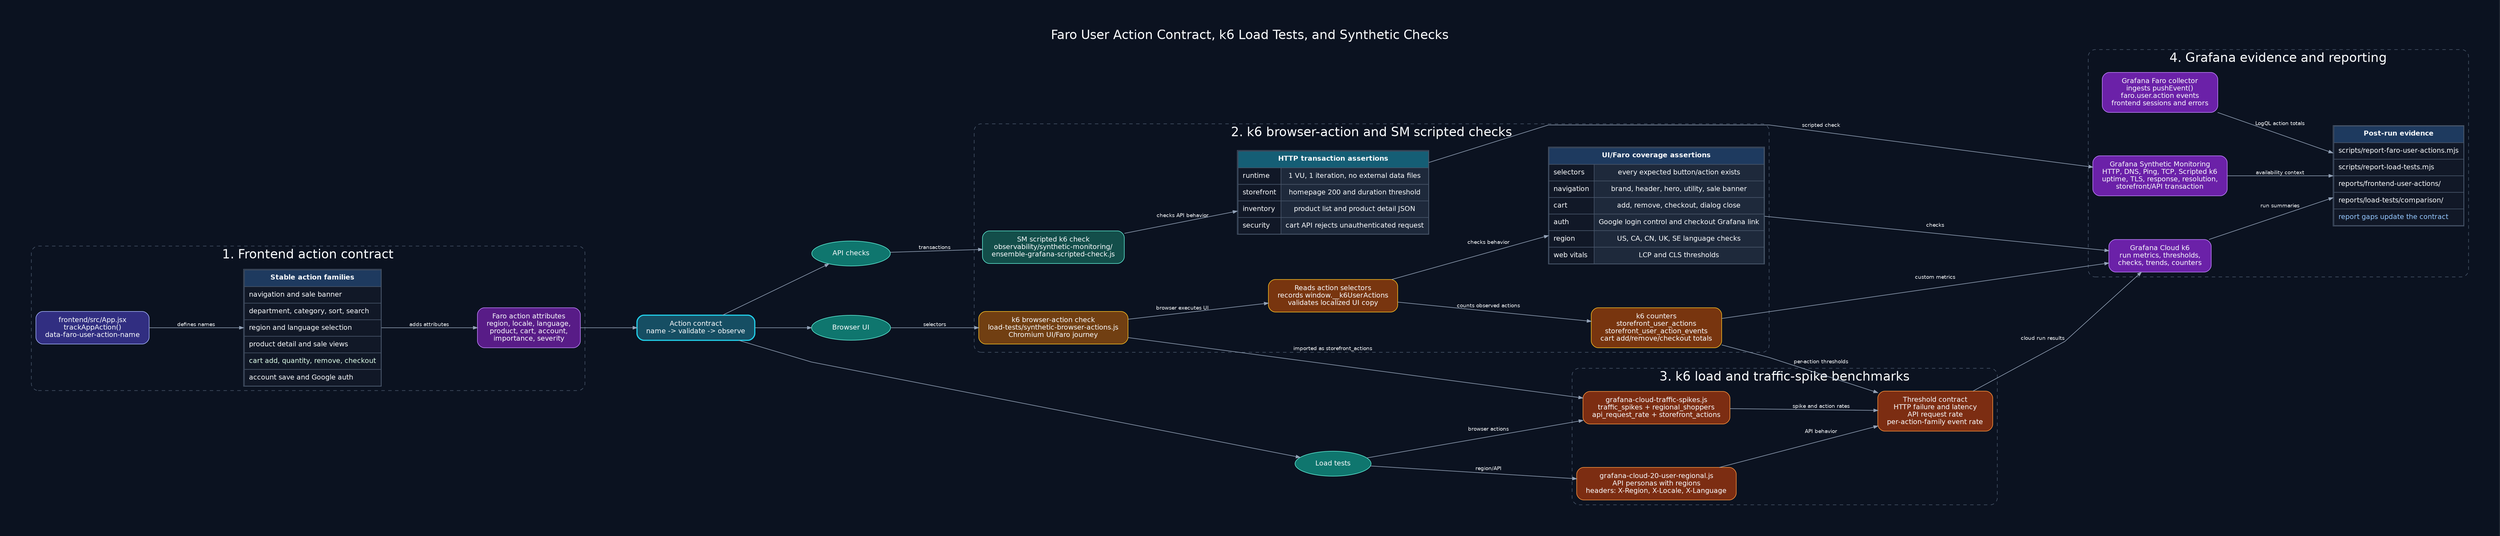
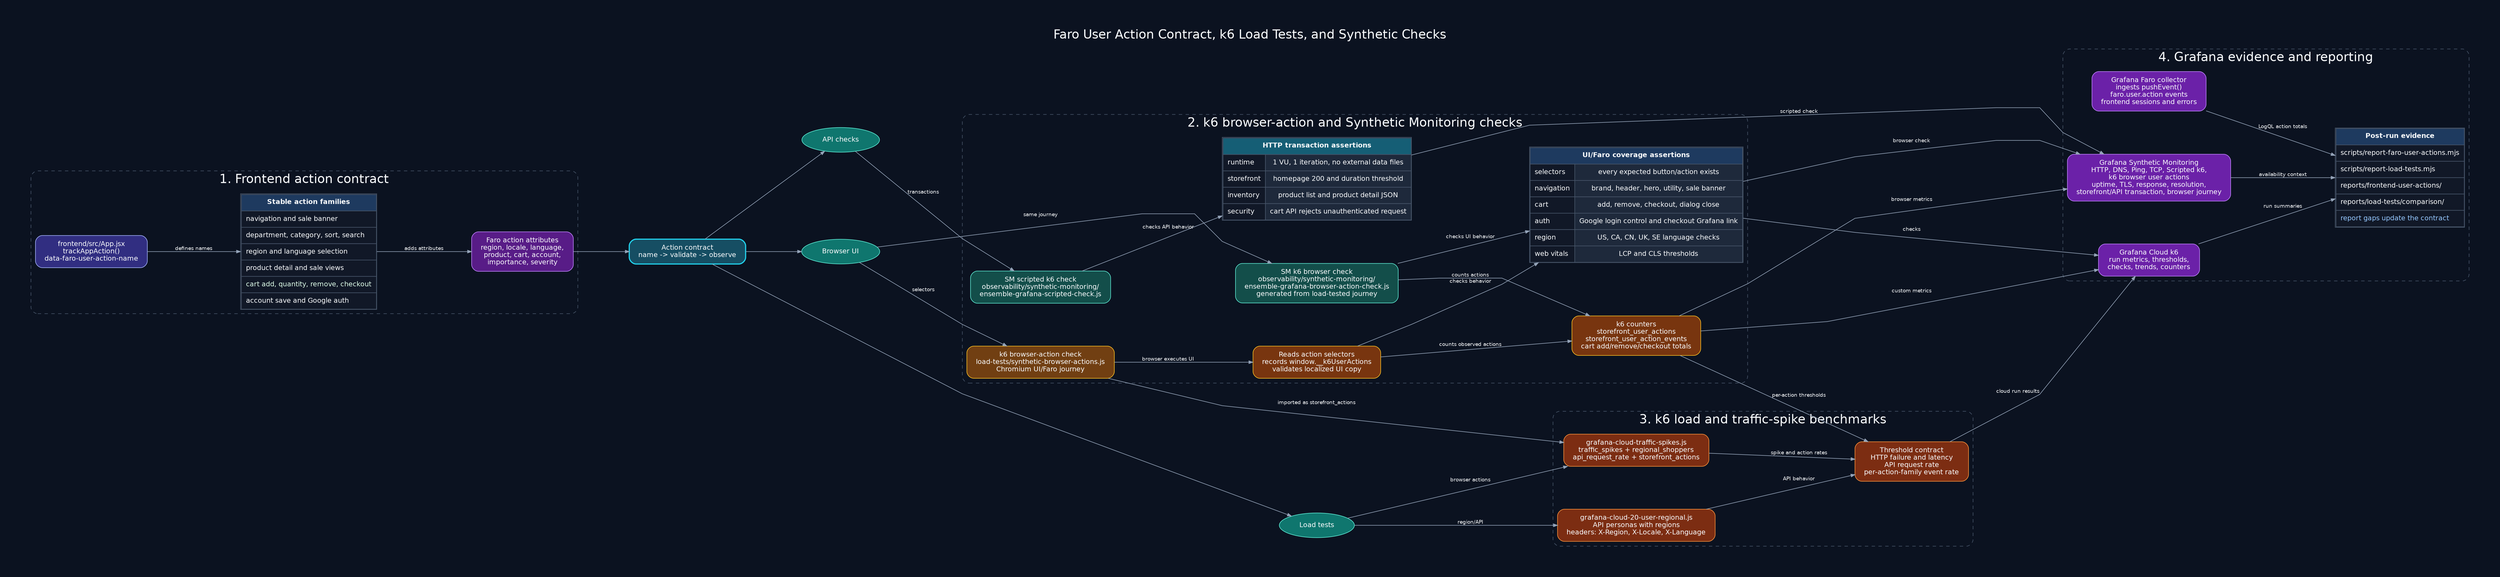
digraph faro_k6_contract_relationships {
  graph [
    rankdir=LR,
    bgcolor="#0b1220",
    fontcolor="#f8fafc",
    fontname="Helvetica",
    fontsize=22,
    labelloc=t,
    label="Faro User Action Contract, k6 Load Tests, and Synthetic Checks",
    pad=0.65,
    nodesep=1.05,
    ranksep=1.35,
    splines=polyline
  ];

  node [
    shape=box,
    style="rounded,filled",
    fontname="Helvetica",
    fontsize=12,
    color="#64748b",
    fillcolor="#111827",
    fontcolor="#f8fafc",
    margin="0.22,0.13"
  ];

  edge [
    color="#94a3b8",
    fontcolor="#f8fafc",
    fontname="Helvetica",
    fontsize=9,
    arrowsize=0.7
  ];

  subgraph cluster_contract {
    label="1. Frontend action contract";
    color="#475569";
    fontcolor="#f8fafc";
    style="rounded,dashed";

    app_js [
      label="frontend/src/App.jsx\ntrackAppAction()\ndata-faro-user-action-name",
      fillcolor="#312e81",
      color="#a5b4fc"
    ];

    action_taxonomy [
      shape=plain,
      label=<
        <TABLE BORDER="1" CELLBORDER="1" CELLSPACING="0" CELLPADDING="7" COLOR="#475569">
          <TR><TD BGCOLOR="#1e3a5f"><FONT COLOR="#f8fafc"><B>Stable action families</B></FONT></TD></TR>
          <TR><TD BGCOLOR="#111827" ALIGN="LEFT"><FONT COLOR="#f8fafc">navigation and sale banner</FONT></TD></TR>
          <TR><TD BGCOLOR="#111827" ALIGN="LEFT"><FONT COLOR="#f8fafc">department, category, sort, search</FONT></TD></TR>
          <TR><TD BGCOLOR="#111827" ALIGN="LEFT"><FONT COLOR="#f8fafc">region and language selection</FONT></TD></TR>
          <TR><TD BGCOLOR="#111827" ALIGN="LEFT"><FONT COLOR="#f8fafc">product detail and sale views</FONT></TD></TR>
          <TR><TD BGCOLOR="#111827" ALIGN="LEFT"><FONT COLOR="#dcfce7">cart add, quantity, remove, checkout</FONT></TD></TR>
          <TR><TD BGCOLOR="#111827" ALIGN="LEFT"><FONT COLOR="#f8fafc">account save and Google auth</FONT></TD></TR>
        </TABLE>
      >
    ];

    faro_attrs [
      label="Faro action attributes\nregion, locale, language,\nproduct, cart, account,\nimportance, severity",
      fillcolor="#581c87",
      color="#c084fc"
    ];
  }

  subgraph cluster_browser_check {
-     label="2. k6 browser-action and SM scripted checks";
+     label="2. k6 browser-action and Synthetic Monitoring checks";
    color="#475569";
    fontcolor="#f8fafc";
    style="rounded,dashed";

    synthetic_script [
      label="k6 browser-action check\nload-tests/synthetic-browser-actions.js\nChromium UI/Faro journey",
      fillcolor="#713f12",
      color="#fbbf24"
    ];

    dom_probe [
      label="Reads action selectors\nrecords window.__k6UserActions\nvalidates localized UI copy",
      fillcolor="#78350f",
      color="#fbbf24"
    ];

    synthetic_assertions [
      shape=plain,
      label=<
        <TABLE BORDER="1" CELLBORDER="1" CELLSPACING="0" CELLPADDING="7" COLOR="#475569">
          <TR><TD BGCOLOR="#1e3a5f" COLSPAN="2"><FONT COLOR="#f8fafc"><B>UI/Faro coverage assertions</B></FONT></TD></TR>
          <TR><TD BGCOLOR="#111827" ALIGN="LEFT"><FONT COLOR="#f8fafc">selectors</FONT></TD><TD BGCOLOR="#1e293b"><FONT COLOR="#f8fafc">every expected button/action exists</FONT></TD></TR>
          <TR><TD BGCOLOR="#111827" ALIGN="LEFT"><FONT COLOR="#f8fafc">navigation</FONT></TD><TD BGCOLOR="#1e293b"><FONT COLOR="#f8fafc">brand, header, hero, utility, sale banner</FONT></TD></TR>
          <TR><TD BGCOLOR="#111827" ALIGN="LEFT"><FONT COLOR="#f8fafc">cart</FONT></TD><TD BGCOLOR="#1e293b"><FONT COLOR="#f8fafc">add, remove, checkout, dialog close</FONT></TD></TR>
          <TR><TD BGCOLOR="#111827" ALIGN="LEFT"><FONT COLOR="#f8fafc">auth</FONT></TD><TD BGCOLOR="#1e293b"><FONT COLOR="#f8fafc">Google login control and checkout Grafana link</FONT></TD></TR>
          <TR><TD BGCOLOR="#111827" ALIGN="LEFT"><FONT COLOR="#f8fafc">region</FONT></TD><TD BGCOLOR="#1e293b"><FONT COLOR="#f8fafc">US, CA, CN, UK, SE language checks</FONT></TD></TR>
          <TR><TD BGCOLOR="#111827" ALIGN="LEFT"><FONT COLOR="#f8fafc">web vitals</FONT></TD><TD BGCOLOR="#1e293b"><FONT COLOR="#f8fafc">LCP and CLS thresholds</FONT></TD></TR>
        </TABLE>
      >
    ];

    synthetic_counters [
      label="k6 counters\nstorefront_user_actions\nstorefront_user_action_events\ncart add/remove/checkout totals",
      fillcolor="#78350f",
      color="#fbbf24"
    ];

    sm_scripted [
      label="SM scripted k6 check\nobservability/synthetic-monitoring/\nensemble-grafana-scripted-check.js",
      fillcolor="#134e4a",
      color="#5eead4"
    ];

+     sm_browser [
+       label="SM k6 browser check\nobservability/synthetic-monitoring/\nensemble-grafana-browser-action-check.js\ngenerated from load-tested journey",
+       fillcolor="#134e4a",
+       color="#5eead4"
+     ];
+ 
    sm_assertions [
      shape=plain,
      label=<
        <TABLE BORDER="1" CELLBORDER="1" CELLSPACING="0" CELLPADDING="7" COLOR="#475569">
          <TR><TD BGCOLOR="#155e75" COLSPAN="2"><FONT COLOR="#f8fafc"><B>HTTP transaction assertions</B></FONT></TD></TR>
          <TR><TD BGCOLOR="#111827" ALIGN="LEFT"><FONT COLOR="#f8fafc">runtime</FONT></TD><TD BGCOLOR="#1e293b"><FONT COLOR="#f8fafc">1 VU, 1 iteration, no external data files</FONT></TD></TR>
          <TR><TD BGCOLOR="#111827" ALIGN="LEFT"><FONT COLOR="#f8fafc">storefront</FONT></TD><TD BGCOLOR="#1e293b"><FONT COLOR="#f8fafc">homepage 200 and duration threshold</FONT></TD></TR>
          <TR><TD BGCOLOR="#111827" ALIGN="LEFT"><FONT COLOR="#f8fafc">inventory</FONT></TD><TD BGCOLOR="#1e293b"><FONT COLOR="#f8fafc">product list and product detail JSON</FONT></TD></TR>
          <TR><TD BGCOLOR="#111827" ALIGN="LEFT"><FONT COLOR="#f8fafc">security</FONT></TD><TD BGCOLOR="#1e293b"><FONT COLOR="#f8fafc">cart API rejects unauthenticated request</FONT></TD></TR>
        </TABLE>
      >
    ];
  }

  subgraph cluster_load_test {
    label="3. k6 load and traffic-spike benchmarks";
    color="#475569";
    fontcolor="#f8fafc";
    style="rounded,dashed";

    regional_load [
      label="grafana-cloud-20-user-regional.js\nAPI personas with regions\nheaders: X-Region, X-Locale, X-Language",
      fillcolor="#7c2d12",
      color="#fb923c"
    ];

    spike_load [
      label="grafana-cloud-traffic-spikes.js\ntraffic_spikes + regional_shoppers\napi_request_rate + storefront_actions",
      fillcolor="#7c2d12",
      color="#fb923c"
    ];

    load_thresholds [
      label="Threshold contract\nHTTP failure and latency\nAPI request rate\nper-action-family event rate",
      fillcolor="#7c2d12",
      color="#fb923c"
    ];
  }

  subgraph cluster_grafana_evidence {
    label="4. Grafana evidence and reporting";
    color="#475569";
    fontcolor="#f8fafc";
    style="rounded,dashed";

    faro_cloud [
      label="Grafana Faro collector\ningests pushEvent()\nfaro.user.action events\nfrontend sessions and errors",
      fillcolor="#6b21a8",
      color="#c084fc"
    ];

    k6_cloud [
      label="Grafana Cloud k6\nrun metrics, thresholds,\nchecks, trends, counters",
      fillcolor="#6b21a8",
      color="#c084fc"
    ];

    synthetic_monitoring [
-       label="Grafana Synthetic Monitoring\nHTTP, DNS, Ping, TCP, Scripted k6\nuptime, TLS, response, resolution,\nstorefront/API transaction",
+       label="Grafana Synthetic Monitoring\nHTTP, DNS, Ping, TCP, Scripted k6,\nk6 browser user actions\nuptime, TLS, response, resolution,\nstorefront/API transaction, browser journey",
      fillcolor="#6b21a8",
      color="#c084fc"
    ];

    reports [
      shape=plain,
      label=<
        <TABLE BORDER="1" CELLBORDER="1" CELLSPACING="0" CELLPADDING="7" COLOR="#475569">
          <TR><TD BGCOLOR="#1e3a5f"><FONT COLOR="#f8fafc"><B>Post-run evidence</B></FONT></TD></TR>
          <TR><TD BGCOLOR="#111827" ALIGN="LEFT"><FONT COLOR="#f8fafc">scripts/report-faro-user-actions.mjs</FONT></TD></TR>
          <TR><TD BGCOLOR="#111827" ALIGN="LEFT"><FONT COLOR="#f8fafc">scripts/report-load-tests.mjs</FONT></TD></TR>
          <TR><TD BGCOLOR="#111827" ALIGN="LEFT"><FONT COLOR="#f8fafc">reports/frontend-user-actions/</FONT></TD></TR>
          <TR><TD BGCOLOR="#111827" ALIGN="LEFT"><FONT COLOR="#f8fafc">reports/load-tests/comparison/</FONT></TD></TR>
          <TR><TD BGCOLOR="#111827" ALIGN="LEFT"><FONT COLOR="#93c5fd">report gaps update the contract</FONT></TD></TR>
        </TABLE>
      >
    ];
  }

  contract_rule [
    label="Action contract\nname -> validate -> observe",
    fillcolor="#164e63",
    color="#22d3ee",
    penwidth=2
  ];

  browser_contract [
    label="Browser UI",
    shape=ellipse,
    fillcolor="#0f766e",
    color="#5eead4"
  ];

  api_contract [
    label="API checks",
    shape=ellipse,
    fillcolor="#0f766e",
    color="#5eead4"
  ];

  load_contract [
    label="Load tests",
    shape=ellipse,
    fillcolor="#0f766e",
    color="#5eead4"
  ];

  app_js -> action_taxonomy [label="defines names"];
  action_taxonomy -> faro_attrs [label="adds attributes"];
  faro_attrs -> contract_rule [label=""];

  contract_rule -> browser_contract [label=""];
  contract_rule -> api_contract [label=""];
  contract_rule -> load_contract [label=""];

  browser_contract -> synthetic_script [label="selectors"];
  synthetic_script -> dom_probe [label="browser executes UI"];
  dom_probe -> synthetic_assertions [label="checks behavior"];
  dom_probe -> synthetic_counters [label="counts observed actions"];
  api_contract -> sm_scripted [label="transactions"];
  sm_scripted -> sm_assertions [label="checks API behavior"];
+   browser_contract -> sm_browser [label="same journey"];
+   sm_browser -> synthetic_assertions [label="checks UI behavior"];
+   sm_browser -> synthetic_counters [label="counts actions"];

  load_contract -> regional_load [label="region/API"];
  load_contract -> spike_load [label="browser actions"];
  synthetic_script -> spike_load [label="imported as storefront_actions"];
  regional_load -> load_thresholds [label="API behavior"];
  spike_load -> load_thresholds [label="spike and action rates"];
  synthetic_counters -> load_thresholds [label="per-action thresholds"];

  synthetic_assertions -> k6_cloud [label="checks"];
  synthetic_counters -> k6_cloud [label="custom metrics"];
  sm_assertions -> synthetic_monitoring [label="scripted check"];
+   synthetic_assertions -> synthetic_monitoring [label="browser check"];
+   synthetic_counters -> synthetic_monitoring [label="browser metrics"];
  load_thresholds -> k6_cloud [label="cloud run results"];
  synthetic_monitoring -> reports [label="availability context"];
  faro_cloud -> reports [label="LogQL action totals"];
  k6_cloud -> reports [label="run summaries"];
}
